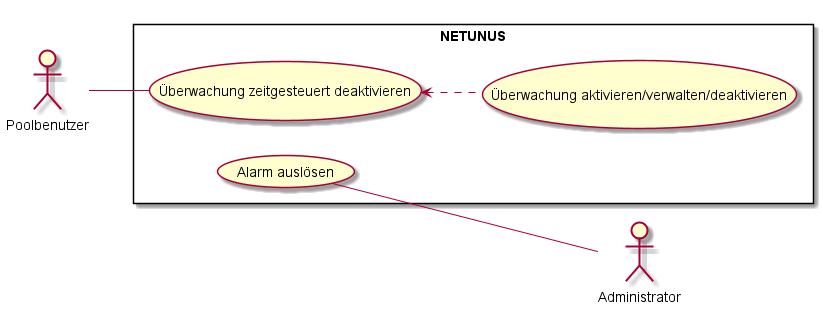
Before: Assets/use_case_diagram.png, a diagram exported from PlantUML (KonstantinFrank01/safer-pool).
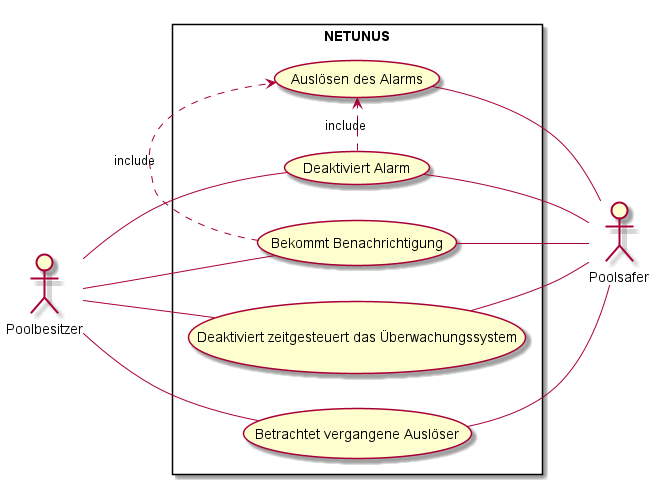
Above is the later version.

Change to the diagram source:
```diff
@@ -1,10 +1,18 @@
 @startuml
 left to right direction
-actor Poolbenutzer
-actor Administrator
-rectangle NETUNUS {
-    Poolbenutzer -- (Überwachung zeitgesteuert deaktivieren)
-    (Überwachung zeitgesteuert deaktivieren) <.. (Überwachung aktivieren/verwalten/deaktivieren)
-    (Alarm auslösen) -- Administrator
+actor Poolbesitzer
+actor Poolsafer
+rectangle NETUNUS{
+    Poolbesitzer -- (Bekommt Benachrichtigung)
+    Poolbesitzer -- (Deaktiviert Alarm)
+    Poolbesitzer -- (Deaktiviert zeitgesteuert das Überwachungssystem)
+    Poolbesitzer -- (Betrachtet vergangene Auslöser)
+    (Deaktiviert Alarm) .> (Auslösen des Alarms) : include
+    (Bekommt Benachrichtigung) -- Poolsafer
+    (Bekommt Benachrichtigung) .> (Auslösen des Alarms) : include
+    (Deaktiviert Alarm) -- Poolsafer
+    (Deaktiviert zeitgesteuert das Überwachungssystem) -- Poolsafer
+    (Betrachtet vergangene Auslöser) -- Poolsafer
+    (Auslösen des Alarms) -- Poolsafer
 }
 @enduml
```
